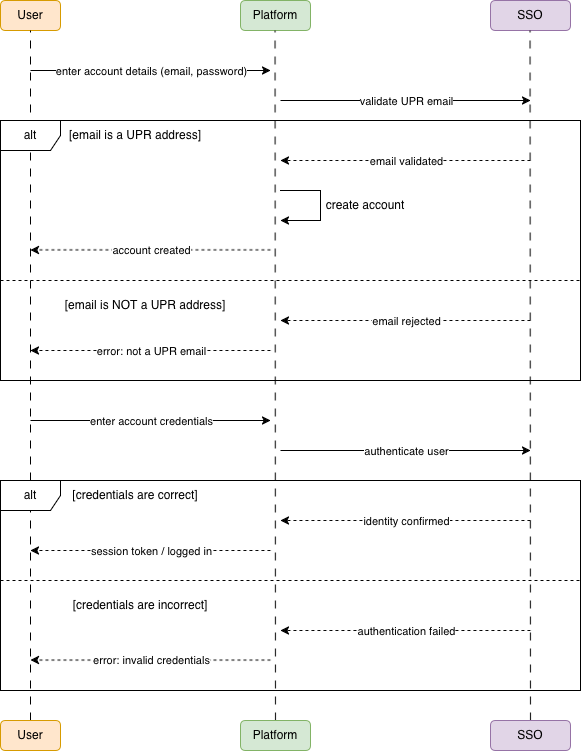
Earlier version of the draw.io export docs/Images/Event-Trace-Report-Form.png (uprm-inso4115-2025-2026-s2/semester-project-lost-and-found). Source tidied: cells renumbered, new cells last; positions are measured from the earlier drawing's top-left corner, leaving out a move shared by most shapes.
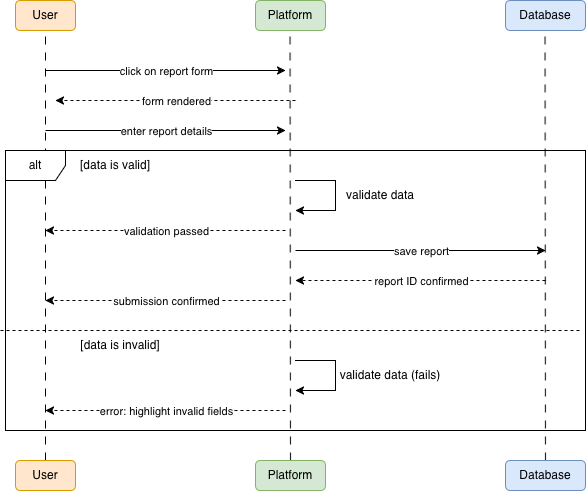
After the commit.

Commit message:
Fix incorrect diagram import

What changed in the source:
```diff
@@ -8,7 +8,7 @@
     <mxCell id="3" value="Platform" style="rounded=1;whiteSpace=wrap;html=1;fillColor=#d5e8d4;strokeColor=#82b366;" parent="1" vertex="1">
       <mxGeometry x="240" width="70" height="30" as="geometry" />
     </mxCell>
-    <mxCell id="4" value="SSO" style="rounded=1;whiteSpace=wrap;html=1;fillColor=#e1d5e7;strokeColor=#9673a6;" parent="1" vertex="1">
+    <mxCell id="4" value="Database" style="rounded=1;whiteSpace=wrap;html=1;fillColor=#dae8fc;strokeColor=#6c8ebf;" parent="1" vertex="1">
       <mxGeometry x="490" width="80" height="30" as="geometry" />
     </mxCell>
     <mxCell id="5" style="endArrow=none;dashed=1;html=1;rounded=0;entryX=0.5;entryY=1;entryDx=0;entryDy=0;dashPattern=8 8;exitX=0.5;exitY=0;exitDx=0;exitDy=0;" parent="1" edge="1" source="42" target="2">
@@ -30,160 +30,123 @@
         <mxPoint x="270" y="70" as="targetPoint" />
       </mxGeometry>
     </mxCell>
-    <mxCell id="9" value="enter account details (email, password)" style="edgeLabel;html=1;align=center;verticalAlign=middle;" parent="8" vertex="1">
+    <mxCell id="9" value="click on report form" style="edgeLabel;html=1;align=center;verticalAlign=middle;" parent="8" vertex="1">
       <mxGeometry relative="1" as="geometry" />
     </mxCell>
-    <mxCell id="10" style="endArrow=classic;html=1;rounded=0;" parent="1" edge="1">
-      <mxGeometry relative="1" as="geometry">
-        <mxPoint x="280" y="100" as="sourcePoint" />
-        <mxPoint x="530" y="100" as="targetPoint" />
-      </mxGeometry>
-    </mxCell>
-    <mxCell id="11" value="validate UPR email" style="edgeLabel;html=1;align=center;verticalAlign=middle;" parent="10" vertex="1">
-      <mxGeometry relative="1" as="geometry" />
-    </mxCell>
-    <mxCell id="12" value="alt" style="shape=umlFrame;whiteSpace=wrap;html=1;" parent="1" vertex="1">
-      <mxGeometry y="120" width="580" height="260" as="geometry" />
-    </mxCell>
-    <mxCell id="13" value="[email is a UPR address]" style="text;html=1;whiteSpace=wrap;strokeColor=none;fillColor=none;align=center;verticalAlign=middle;rounded=0;" parent="1" vertex="1">
-      <mxGeometry x="60" y="120" width="150" height="30" as="geometry" />
-    </mxCell>
-    <mxCell id="14" style="endArrow=classic;html=1;rounded=0;dashed=1;" parent="1" edge="1">
-      <mxGeometry relative="1" as="geometry">
-        <mxPoint x="530" y="160" as="sourcePoint" />
-        <mxPoint x="280" y="160" as="targetPoint" />
-      </mxGeometry>
-    </mxCell>
-    <mxCell id="15" value="email validated" style="edgeLabel;html=1;align=center;verticalAlign=middle;" parent="14" vertex="1">
-      <mxGeometry relative="1" as="geometry" />
-    </mxCell>
-    <mxCell id="16" style="curved=0;endArrow=classic;html=1;rounded=0;" parent="1" edge="1">
-      <mxGeometry relative="1" as="geometry">
-        <mxPoint x="280" y="190" as="sourcePoint" />
-        <mxPoint x="280" y="220" as="targetPoint" />
-        <Array as="points">
-          <mxPoint x="320" y="190" />
-          <mxPoint x="320" y="210" />
-          <mxPoint x="320" y="220" />
-        </Array>
-      </mxGeometry>
-    </mxCell>
-    <mxCell id="17" value="create account" style="text;html=1;whiteSpace=wrap;strokeColor=none;fillColor=none;align=center;verticalAlign=middle;rounded=0;" parent="1" vertex="1">
-      <mxGeometry x="320" y="190" width="90" height="30" as="geometry" />
-    </mxCell>
     <mxCell id="18" style="endArrow=classic;html=1;rounded=0;dashed=1;" parent="1" edge="1">
       <mxGeometry relative="1" as="geometry">
-        <mxPoint x="270" y="249.4" as="sourcePoint" />
-        <mxPoint x="30" y="249.4" as="targetPoint" />
+        <mxPoint x="280" y="100" as="sourcePoint" />
+        <mxPoint x="40" y="100" as="targetPoint" />
       </mxGeometry>
     </mxCell>
-    <mxCell id="19" value="account created" style="edgeLabel;html=1;align=center;verticalAlign=middle;" parent="18" vertex="1">
+    <mxCell id="19" value="form rendered" style="edgeLabel;html=1;align=center;verticalAlign=middle;" parent="18" vertex="1">
       <mxGeometry relative="1" as="geometry" />
     </mxCell>
-    <mxCell id="20" style="endArrow=none;html=1;rounded=0;dashed=1;" parent="1" edge="1">
-      <mxGeometry relative="1" as="geometry">
-        <mxPoint y="280" as="sourcePoint" />
-        <mxPoint x="580" y="280" as="targetPoint" />
-      </mxGeometry>
-    </mxCell>
-    <mxCell id="21" value="[email is NOT a UPR address]" style="text;html=1;whiteSpace=wrap;strokeColor=none;fillColor=none;align=center;verticalAlign=middle;rounded=0;" parent="1" vertex="1">
-      <mxGeometry x="60" y="290" width="170" height="30" as="geometry" />
-    </mxCell>
-    <mxCell id="22" style="endArrow=classic;html=1;rounded=0;dashed=1;" parent="1" edge="1">
-      <mxGeometry relative="1" as="geometry">
-        <mxPoint x="530" y="320" as="sourcePoint" />
-        <mxPoint x="280" y="320" as="targetPoint" />
-      </mxGeometry>
-    </mxCell>
-    <mxCell id="23" value="email rejected" style="edgeLabel;html=1;align=center;verticalAlign=middle;" parent="22" vertex="1">
-      <mxGeometry relative="1" as="geometry" />
-    </mxCell>
-    <mxCell id="24" style="endArrow=classic;html=1;rounded=0;dashed=1;" parent="1" edge="1">
-      <mxGeometry relative="1" as="geometry">
-        <mxPoint x="270" y="350" as="sourcePoint" />
-        <mxPoint x="30" y="350" as="targetPoint" />
-      </mxGeometry>
-    </mxCell>
-    <mxCell id="25" value="error: not a UPR email" style="edgeLabel;html=1;align=center;verticalAlign=middle;" parent="24" vertex="1">
-      <mxGeometry relative="1" as="geometry" />
-    </mxCell>
     <mxCell id="26" style="endArrow=classic;html=1;rounded=0;" parent="1" edge="1">
       <mxGeometry relative="1" as="geometry">
-        <mxPoint x="30" y="420" as="sourcePoint" />
-        <mxPoint x="270" y="420" as="targetPoint" />
+        <mxPoint x="30" y="130" as="sourcePoint" />
+        <mxPoint x="270" y="130" as="targetPoint" />
       </mxGeometry>
     </mxCell>
-    <mxCell id="27" value="enter account credentials" style="edgeLabel;html=1;align=center;verticalAlign=middle;" parent="26" vertex="1">
+    <mxCell id="27" value="enter report details" style="edgeLabel;html=1;align=center;verticalAlign=middle;" parent="26" vertex="1">
       <mxGeometry relative="1" as="geometry" />
     </mxCell>
     <mxCell id="28" style="endArrow=classic;html=1;rounded=0;" parent="1" edge="1">
       <mxGeometry relative="1" as="geometry">
-        <mxPoint x="280" y="450" as="sourcePoint" />
-        <mxPoint x="530" y="450" as="targetPoint" />
+        <mxPoint x="280" y="250" as="sourcePoint" />
+        <mxPoint x="530" y="250" as="targetPoint" />
       </mxGeometry>
     </mxCell>
-    <mxCell id="29" value="authenticate user" style="edgeLabel;html=1;align=center;verticalAlign=middle;" parent="28" vertex="1">
+    <mxCell id="29" value="save report" style="edgeLabel;html=1;align=center;verticalAlign=middle;" parent="28" vertex="1">
       <mxGeometry relative="1" as="geometry" />
     </mxCell>
-    <mxCell id="30" value="alt" style="shape=umlFrame;whiteSpace=wrap;html=1;" parent="1" vertex="1">
-      <mxGeometry y="480" width="580" height="210" as="geometry" />
-    </mxCell>
-    <mxCell id="31" value="[credentials are correct]" style="text;html=1;whiteSpace=wrap;strokeColor=none;fillColor=none;align=center;verticalAlign=middle;rounded=0;" parent="1" vertex="1">
-      <mxGeometry x="70" y="480" width="130" height="30" as="geometry" />
-    </mxCell>
     <mxCell id="32" style="endArrow=classic;html=1;rounded=0;dashed=1;" parent="1" edge="1">
       <mxGeometry relative="1" as="geometry">
-        <mxPoint x="530" y="520" as="sourcePoint" />
-        <mxPoint x="280" y="520" as="targetPoint" />
+        <mxPoint x="530" y="280" as="sourcePoint" />
+        <mxPoint x="280" y="280" as="targetPoint" />
       </mxGeometry>
     </mxCell>
-    <mxCell id="33" value="identity confirmed" style="edgeLabel;html=1;align=center;verticalAlign=middle;" parent="32" vertex="1">
+    <mxCell id="33" value="report ID confirmed" style="edgeLabel;html=1;align=center;verticalAlign=middle;" parent="32" vertex="1">
       <mxGeometry relative="1" as="geometry" />
     </mxCell>
     <mxCell id="34" style="endArrow=classic;html=1;rounded=0;dashed=1;" parent="1" edge="1">
       <mxGeometry relative="1" as="geometry">
-        <mxPoint x="270" y="550" as="sourcePoint" />
-        <mxPoint x="30" y="550" as="targetPoint" />
+        <mxPoint x="270" y="230" as="sourcePoint" />
+        <mxPoint x="30" y="230" as="targetPoint" />
       </mxGeometry>
     </mxCell>
-    <mxCell id="35" value="session token / logged in" style="edgeLabel;html=1;align=center;verticalAlign=middle;" parent="34" vertex="1">
+    <mxCell id="35" value="validation passed" style="edgeLabel;html=1;align=center;verticalAlign=middle;" parent="34" vertex="1">
       <mxGeometry relative="1" as="geometry" />
     </mxCell>
-    <mxCell id="36" style="endArrow=none;html=1;rounded=0;dashed=1;" parent="1" edge="1">
-      <mxGeometry relative="1" as="geometry">
-        <mxPoint y="580" as="sourcePoint" />
-        <mxPoint x="580" y="580" as="targetPoint" />
-      </mxGeometry>
-    </mxCell>
-    <mxCell id="37" value="[credentials are incorrect]" style="text;html=1;whiteSpace=wrap;strokeColor=none;fillColor=none;align=center;verticalAlign=middle;rounded=0;" parent="1" vertex="1">
-      <mxGeometry x="70" y="590" width="140" height="30" as="geometry" />
-    </mxCell>
-    <mxCell id="38" style="endArrow=classic;html=1;rounded=0;dashed=1;" parent="1" edge="1">
-      <mxGeometry relative="1" as="geometry">
-        <mxPoint x="530" y="630" as="sourcePoint" />
-        <mxPoint x="280" y="630" as="targetPoint" />
-      </mxGeometry>
-    </mxCell>
-    <mxCell id="39" value="authentication failed" style="edgeLabel;html=1;align=center;verticalAlign=middle;" parent="38" vertex="1">
-      <mxGeometry relative="1" as="geometry" />
-    </mxCell>
     <mxCell id="40" style="endArrow=classic;html=1;rounded=0;dashed=1;" parent="1" edge="1">
       <mxGeometry relative="1" as="geometry">
-        <mxPoint x="270" y="659.6" as="sourcePoint" />
-        <mxPoint x="30" y="659.6" as="targetPoint" />
+        <mxPoint x="270" y="300" as="sourcePoint" />
+        <mxPoint x="30" y="300" as="targetPoint" />
       </mxGeometry>
     </mxCell>
-    <mxCell id="41" value="error: invalid credentials" style="edgeLabel;html=1;align=center;verticalAlign=middle;" parent="40" vertex="1">
+    <mxCell id="41" value="submission confirmed" style="edgeLabel;html=1;align=center;verticalAlign=middle;" parent="40" vertex="1">
       <mxGeometry relative="1" as="geometry" />
     </mxCell>
     <mxCell id="42" value="User" style="rounded=1;whiteSpace=wrap;html=1;fillColor=#ffe6cc;strokeColor=#d79b00;" parent="1" vertex="1">
-      <mxGeometry y="720" width="60" height="30" as="geometry" />
+      <mxGeometry y="460" width="60" height="30" as="geometry" />
     </mxCell>
     <mxCell id="43" value="Platform" style="rounded=1;whiteSpace=wrap;html=1;fillColor=#d5e8d4;strokeColor=#82b366;" parent="1" vertex="1">
-      <mxGeometry x="240" y="720" width="70" height="30" as="geometry" />
+      <mxGeometry x="240" y="460" width="70" height="30" as="geometry" />
     </mxCell>
-    <mxCell id="44" value="SSO" style="rounded=1;whiteSpace=wrap;html=1;fillColor=#e1d5e7;strokeColor=#9673a6;" parent="1" vertex="1">
-      <mxGeometry x="490" y="720" width="80" height="30" as="geometry" />
+    <mxCell id="44" value="Database" style="rounded=1;whiteSpace=wrap;html=1;fillColor=#dae8fc;strokeColor=#6c8ebf;" parent="1" vertex="1">
+      <mxGeometry x="490" y="460" width="80" height="30" as="geometry" />
     </mxCell>
+    <mxCell id="45" value="alt" style="shape=umlFrame;whiteSpace=wrap;html=1;" parent="1" vertex="1">
+      <mxGeometry x="-10" y="150" width="580" height="280" as="geometry" />
+    </mxCell>
+    <mxCell id="46" value="[data is valid]" style="text;html=1;whiteSpace=wrap;strokeColor=none;fillColor=none;align=center;verticalAlign=middle;rounded=0;" parent="1" vertex="1">
+      <mxGeometry x="60" y="150" width="80" height="30" as="geometry" />
+    </mxCell>
+    <mxCell id="47" style="endArrow=none;html=1;rounded=0;dashed=1;" parent="1" edge="1">
+      <mxGeometry relative="1" as="geometry">
+        <mxPoint x="-15" y="330" as="sourcePoint" />
+        <mxPoint x="565" y="330" as="targetPoint" />
+      </mxGeometry>
+    </mxCell>
+    <mxCell id="48" value="[data is invalid]" style="text;html=1;whiteSpace=wrap;strokeColor=none;fillColor=none;align=center;verticalAlign=middle;rounded=0;" parent="1" vertex="1">
+      <mxGeometry x="60" y="330" width="90" height="30" as="geometry" />
+    </mxCell>
+    <mxCell id="49" style="curved=0;endArrow=classic;html=1;rounded=0;" parent="1" edge="1">
+      <mxGeometry relative="1" as="geometry">
+        <mxPoint x="280" y="180" as="sourcePoint" />
+        <mxPoint x="280" y="210" as="targetPoint" />
+        <Array as="points">
+          <mxPoint x="320" y="180" />
+          <mxPoint x="320" y="200" />
+          <mxPoint x="320" y="210" />
+        </Array>
+      </mxGeometry>
+    </mxCell>
+    <mxCell id="50" value="validate data" style="text;html=1;whiteSpace=wrap;strokeColor=none;fillColor=none;align=center;verticalAlign=middle;rounded=0;" parent="1" vertex="1">
+      <mxGeometry x="320" y="180" width="90" height="30" as="geometry" />
+    </mxCell>
+    <mxCell id="51" style="curved=0;endArrow=classic;html=1;rounded=0;" parent="1" edge="1">
+      <mxGeometry relative="1" as="geometry">
+        <mxPoint x="280" y="360" as="sourcePoint" />
+        <mxPoint x="280" y="390" as="targetPoint" />
+        <Array as="points">
+          <mxPoint x="320" y="360" />
+          <mxPoint x="320" y="380" />
+          <mxPoint x="320" y="390" />
+        </Array>
+      </mxGeometry>
+    </mxCell>
+    <mxCell id="52" value="validate data (fails)" style="text;html=1;whiteSpace=wrap;strokeColor=none;fillColor=none;align=center;verticalAlign=middle;rounded=0;" parent="1" vertex="1">
+      <mxGeometry x="320" y="360" width="110" height="30" as="geometry" />
+    </mxCell>
+    <mxCell id="53" style="endArrow=classic;html=1;rounded=0;dashed=1;" parent="1" edge="1">
+      <mxGeometry relative="1" as="geometry">
+        <mxPoint x="270" y="410" as="sourcePoint" />
+        <mxPoint x="30" y="410" as="targetPoint" />
+      </mxGeometry>
+    </mxCell>
+    <mxCell id="54" value="error: highlight invalid fields" style="edgeLabel;html=1;align=center;verticalAlign=middle;" parent="53" vertex="1">
+      <mxGeometry relative="1" as="geometry" />
+    </mxCell>
   </root>
 </mxGraphModel>
```
